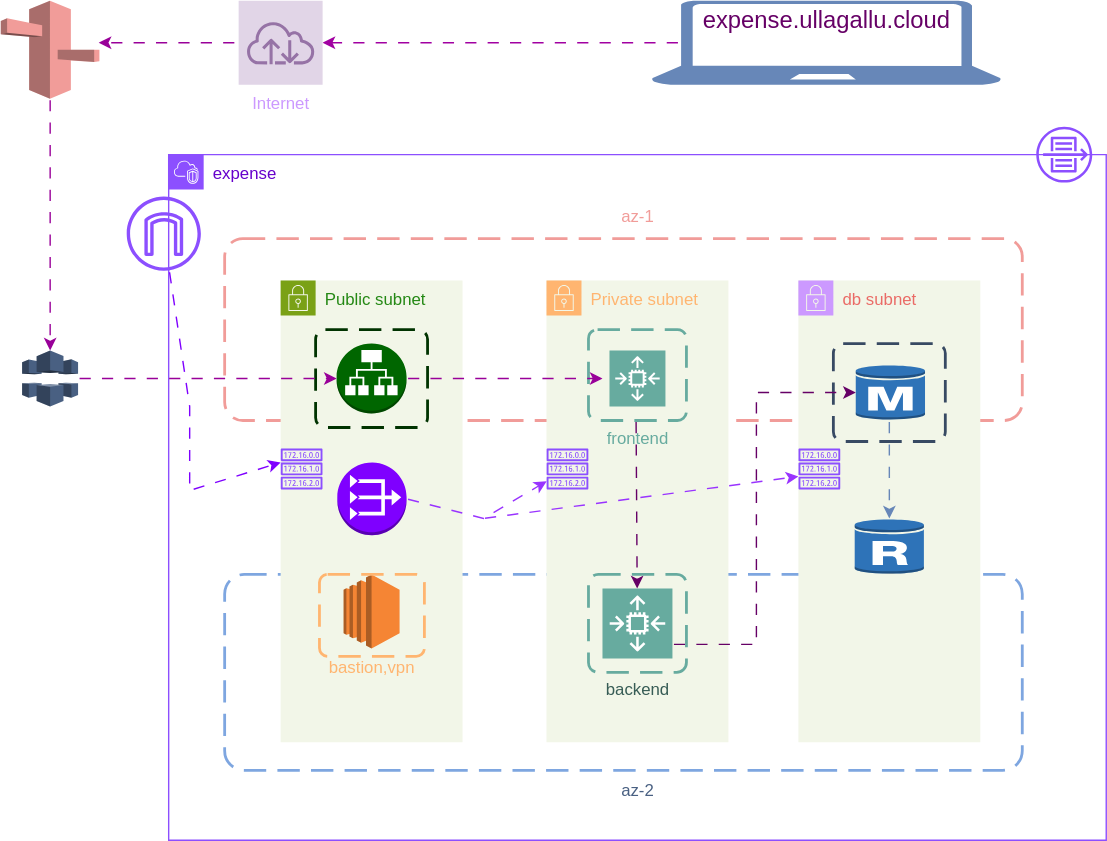
Above: Flow-Diagram.drawio.svg in ullagallu123/expense-infra (draw.io), before the change. Source tidied: cells renumbered, new cells last; positions are measured from the earlier drawing's top-left corner, leaving out a move shared by most shapes.
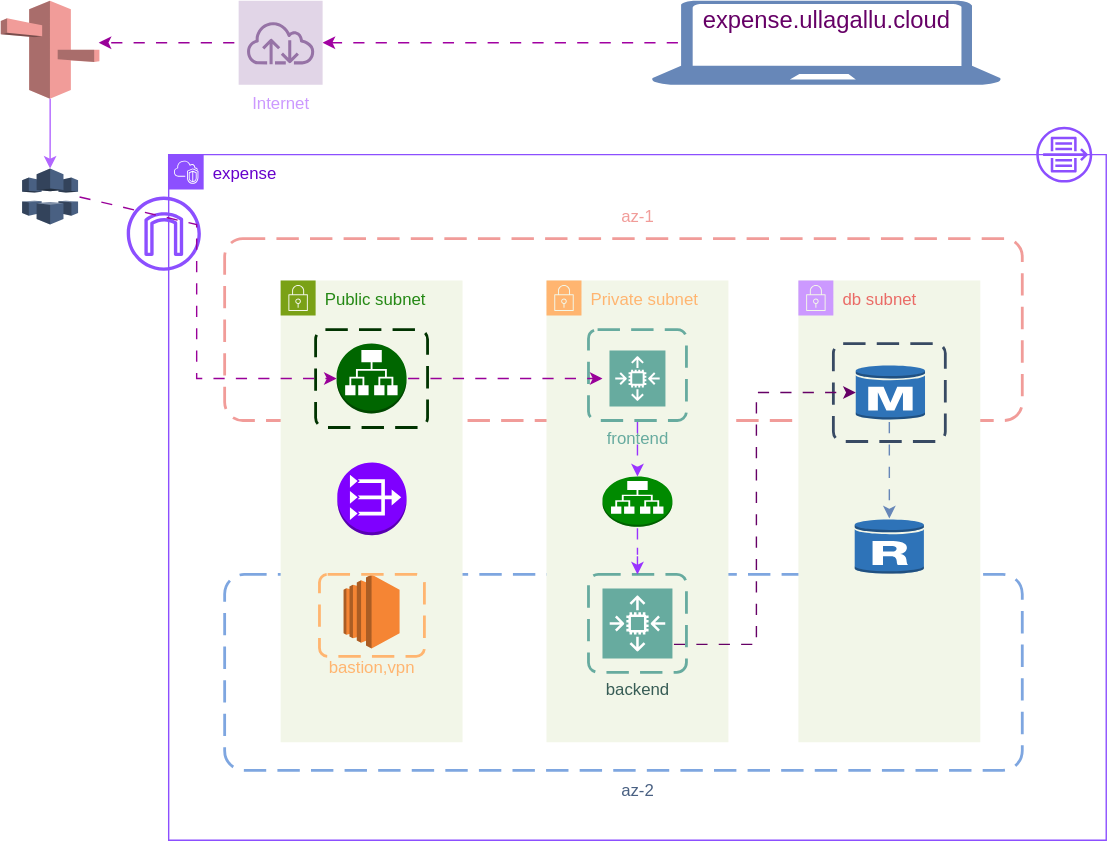
The same diagram one commit later.

What changed in the source:
```diff
@@ -20,9 +20,6 @@
     <mxCell id="7" style="outlineConnect=0;dashed=0;verticalLabelPosition=bottom;verticalAlign=top;align=center;html=1;shape=mxgraph.aws3.vpc_nat_gateway;fillColor=#7F00FF;gradientColor=none;" parent="5" vertex="1">
       <mxGeometry x="40.5" y="130" width="49.5" height="52" as="geometry" />
     </mxCell>
-    <mxCell id="8" style="sketch=0;fontColor=#232F3E;gradientColor=none;fillColor=#8C4FFF;strokeColor=none;dashed=0;verticalLabelPosition=bottom;verticalAlign=top;align=center;html=1;fontSize=12;fontStyle=0;shape=mxgraph.aws4.route_table;" parent="5" vertex="1">
-      <mxGeometry y="120" width="30" height="29.2" as="geometry" />
-    </mxCell>
     <mxCell id="9" style="rounded=1;arcSize=10;dashed=1;strokeColor=#003300;fillColor=none;gradientColor=none;dashPattern=8 4;strokeWidth=2;" parent="5" vertex="1">
       <mxGeometry x="25" y="35" width="80" height="70" as="geometry" />
     </mxCell>
@@ -41,20 +38,18 @@
     <mxCell id="14" value="&lt;div&gt;&lt;font color=&quot;#67ab9f&quot;&gt;frontend&lt;/font&gt;&lt;/div&gt;&lt;div&gt;&lt;font color=&quot;#67ab9f&quot;&gt;&lt;br&gt;&lt;/font&gt;&lt;/div&gt;" style="text;html=1;align=center;verticalAlign=middle;points=[];strokeColor=none;fillColor=none;" parent="12" vertex="1">
       <mxGeometry x="30" y="100" width="70" height="40" as="geometry" />
     </mxCell>
-    <mxCell id="15" style="endArrow=classic;html=1;rounded=0;exitX=0.486;exitY=0;exitDx=0;exitDy=0;exitPerimeter=0;flowAnimation=1;strokeColor=#660066;" parent="12" edge="1" source="14">
-      <mxGeometry relative="1" as="geometry">
-        <mxPoint x="64.8" y="220" as="targetPoint" />
-      </mxGeometry>
-    </mxCell>
-    <mxCell id="16" style="sketch=0;outlineConnect=0;fontColor=#232F3E;gradientColor=none;fillColor=#8C4FFF;strokeColor=none;dashed=0;verticalLabelPosition=bottom;verticalAlign=top;align=center;html=1;fontSize=12;fontStyle=0;shape=mxgraph.aws4.route_table;" parent="12" vertex="1">
-      <mxGeometry y="120" width="30" height="29.2" as="geometry" />
-    </mxCell>
     <mxCell id="17" style="sketch=0;fontColor=#232F3E;fillColor=#67AB9F;strokeColor=#ffffff;dashed=0;verticalLabelPosition=bottom;verticalAlign=top;align=center;html=1;fontSize=12;fontStyle=0;shape=mxgraph.aws4.resourceIcon;resIcon=mxgraph.aws4.auto_scaling2;" parent="12" vertex="1">
       <mxGeometry x="45" y="50" width="40" height="40" as="geometry" />
     </mxCell>
     <mxCell id="18" style="rounded=1;arcSize=10;dashed=1;strokeColor=#67AB9F;fillColor=none;gradientColor=none;dashPattern=8 4;strokeWidth=2;" parent="12" vertex="1">
       <mxGeometry x="30" y="35" width="70" height="65" as="geometry" />
     </mxCell>
+    <mxCell id="45" style="outlineConnect=0;dashed=0;verticalLabelPosition=bottom;verticalAlign=top;align=center;html=1;shape=mxgraph.aws3.application_load_balancer;fillColor=#008a00;strokeColor=#005700;fontColor=#ffffff;" parent="12" vertex="1">
+      <mxGeometry x="40" y="140" width="50" height="36" as="geometry" />
+    </mxCell>
+    <mxCell id="46" style="endArrow=classic;html=1;rounded=0;exitX=0.5;exitY=1;exitDx=0;exitDy=0;flowAnimation=1;strokeColor=#9933FF;" parent="12" edge="1" source="18" target="45">
+      <mxGeometry relative="1" as="geometry" />
+    </mxCell>
     <mxCell id="19" value="&lt;font color=&quot;#ea6b66&quot;&gt;db subnet&lt;/font&gt;" style="gradientColor=none;html=1;whiteSpace=wrap;fontSize=12;fontStyle=0;shape=mxgraph.aws4.group;grIcon=mxgraph.aws4.group_security_group;grStroke=0;strokeColor=#CC99FF;fillColor=#F2F6E8;verticalAlign=top;align=left;spacingLeft=30;fontColor=#248814;dashed=0;" parent="2" vertex="1">
       <mxGeometry x="450" y="90" width="130" height="330" as="geometry" />
     </mxCell>
@@ -64,9 +59,6 @@
     <mxCell id="21" style="outlineConnect=0;dashed=0;verticalLabelPosition=bottom;verticalAlign=top;align=center;html=1;shape=mxgraph.aws3.rds_db_instance_read_replica;fillColor=#2E73B8;gradientColor=none;" parent="19" vertex="1">
       <mxGeometry x="40.2" y="170" width="49.5" height="40" as="geometry" />
     </mxCell>
-    <mxCell id="22" style="sketch=0;fontColor=#232F3E;gradientColor=none;fillColor=#8C4FFF;strokeColor=none;dashed=0;verticalLabelPosition=bottom;verticalAlign=top;align=center;html=1;fontSize=12;fontStyle=0;shape=mxgraph.aws4.route_table;" parent="19" vertex="1">
-      <mxGeometry y="120" width="30" height="29.2" as="geometry" />
-    </mxCell>
     <mxCell id="23" style="rounded=1;arcSize=10;dashed=1;strokeColor=#384A63;fillColor=none;gradientColor=none;dashPattern=8 4;strokeWidth=2;" parent="19" vertex="1">
       <mxGeometry x="25" y="45" width="80" height="70" as="geometry" />
     </mxCell>
@@ -102,53 +94,32 @@
     <mxCell id="28" value="&lt;font color=&quot;#496082&quot;&gt;az-2&lt;/font&gt;" style="text;html=1;align=center;verticalAlign=middle;strokeColor=none;fillColor=none;" parent="2" vertex="1">
       <mxGeometry x="310" y="440" width="50" height="30" as="geometry" />
     </mxCell>
-    <mxCell id="29" style="endArrow=classic;html=1;rounded=0;exitX=1;exitY=0.5;exitDx=0;exitDy=0;exitPerimeter=0;strokeColor=#9933FF;flowAnimation=1;" parent="2" edge="1" source="7" target="16">
-      <mxGeometry relative="1" as="geometry">
-        <Array as="points">
-          <mxPoint x="225" y="260" />
-        </Array>
-      </mxGeometry>
-    </mxCell>
-    <mxCell id="30" style="endArrow=classic;html=1;rounded=0;flowAnimation=1;strokeColor=#9933FF;" parent="2" edge="1">
-      <mxGeometry relative="1" as="geometry">
-        <mxPoint x="225" y="260" as="sourcePoint" />
-        <mxPoint x="450" y="230" as="targetPoint" />
-      </mxGeometry>
-    </mxCell>
     <mxCell id="31" style="sketch=0;fontColor=#232F3E;fillColor=#67AB9F;strokeColor=#ffffff;dashed=0;verticalLabelPosition=bottom;verticalAlign=top;align=center;html=1;fontSize=12;fontStyle=0;shape=mxgraph.aws4.resourceIcon;resIcon=mxgraph.aws4.auto_scaling2;" parent="2" vertex="1">
       <mxGeometry x="310" y="310" width="50" height="50" as="geometry" />
     </mxCell>
     <mxCell id="32" style="rounded=1;arcSize=10;dashed=1;strokeColor=#67AB9F;fillColor=none;gradientColor=none;dashPattern=8 4;strokeWidth=2;" parent="2" vertex="1">
       <mxGeometry x="300" y="300" width="70" height="70" as="geometry" />
     </mxCell>
-    <mxCell id="33" style="endArrow=classic;html=1;rounded=0;flowAnimation=1;strokeColor=#7F00FF;" parent="2" edge="1" source="34">
-      <mxGeometry relative="1" as="geometry">
-        <mxPoint x="80" y="220" as="targetPoint" />
-        <Array as="points">
-          <mxPoint x="15" y="180" />
-          <mxPoint x="15" y="240" />
-        </Array>
-      </mxGeometry>
-    </mxCell>
     <mxCell id="34" style="sketch=0;outlineConnect=0;fontColor=#232F3E;gradientColor=none;fillColor=#8C4FFF;strokeColor=none;dashed=0;verticalLabelPosition=bottom;verticalAlign=top;align=center;html=1;fontSize=12;fontStyle=0;shape=mxgraph.aws4.internet_gateway;" parent="2" vertex="1">
       <mxGeometry x="-30" y="30" width="53" height="53" as="geometry" />
     </mxCell>
     <mxCell id="35" style="sketch=0;fontColor=#232F3E;gradientColor=none;fillColor=#8C4FFF;strokeColor=none;dashed=0;verticalLabelPosition=bottom;verticalAlign=top;align=center;html=1;fontSize=12;fontStyle=0;shape=mxgraph.aws4.flow_logs;" parent="2" vertex="1">
       <mxGeometry x="620" y="-20" width="40" height="40" as="geometry" />
     </mxCell>
+    <mxCell id="47" style="edgeStyle=orthogonalEdgeStyle;rounded=0;jettySize=auto;html=1;flowAnimation=1;strokeColor=#9933FF;" parent="2" edge="1" source="45" target="32">
+      <mxGeometry relative="1" as="geometry" />
+    </mxCell>
     <mxCell id="36" style="outlineConnect=0;dashed=0;verticalLabelPosition=bottom;verticalAlign=top;align=center;html=1;shape=mxgraph.aws3.cloudfront;fillColor=#496082;gradientColor=none;" parent="1" vertex="1">
-      <mxGeometry x="15.2" y="250" width="40" height="40" as="geometry" />
+      <mxGeometry x="15.2" y="120" width="40" height="40" as="geometry" />
     </mxCell>
     <mxCell id="37" style="endArrow=classic;html=1;rounded=0;entryX=0;entryY=0.5;entryDx=0;entryDy=0;entryPerimeter=0;exitX=1;exitY=0.5;exitDx=0;exitDy=0;exitPerimeter=0;strokeColor=#990099;flowAnimation=1;" parent="1" edge="1" source="36" target="6">
-      <mxGeometry relative="1" as="geometry" />
+      <mxGeometry relative="1" as="geometry">
+        <Array as="points">
+          <mxPoint x="140" y="160" />
+          <mxPoint x="140" y="270" />
+        </Array>
+      </mxGeometry>
     </mxCell>
-    <mxCell id="38" style="edgeStyle=orthogonalEdgeStyle;rounded=0;jettySize=auto;html=1;strokeColor=#990099;flowAnimation=1;" parent="1" edge="1" source="39" target="36">
-      <mxGeometry relative="1" as="geometry">
-        <Array as="points">
-          <mxPoint x="35" y="220" />
-        </Array>
-      </mxGeometry>
-    </mxCell>
     <mxCell id="39" style="outlineConnect=0;dashed=0;verticalLabelPosition=bottom;verticalAlign=top;align=center;html=1;shape=mxgraph.aws3.route_53;fillColor=#F19C99;gradientColor=none;" parent="1" vertex="1">
       <mxGeometry width="70.5" height="70" as="geometry" />
     </mxCell>
@@ -172,5 +143,8 @@
     <mxCell id="44" value="&lt;font color=&quot;#cc99ff&quot;&gt;Internet&lt;/font&gt;" style="sketch=0;strokeColor=#9673a6;fillColor=#e1d5e7;dashed=0;verticalLabelPosition=bottom;verticalAlign=top;align=center;html=1;fontSize=12;fontStyle=0;shape=mxgraph.aws4.resourceIcon;resIcon=mxgraph.aws4.internet;" parent="1" vertex="1">
       <mxGeometry x="170" width="60" height="60" as="geometry" />
     </mxCell>
+    <mxCell id="38" style="edgeStyle=orthogonalEdgeStyle;rounded=0;jettySize=auto;html=1;entryX=0.5;entryY=0;entryDx=0;entryDy=0;entryPerimeter=0;strokeColor=#B266FF;" parent="1" edge="1" source="39" target="36">
+      <mxGeometry relative="1" as="geometry" />
+    </mxCell>
   </root>
 </mxGraphModel>
```
